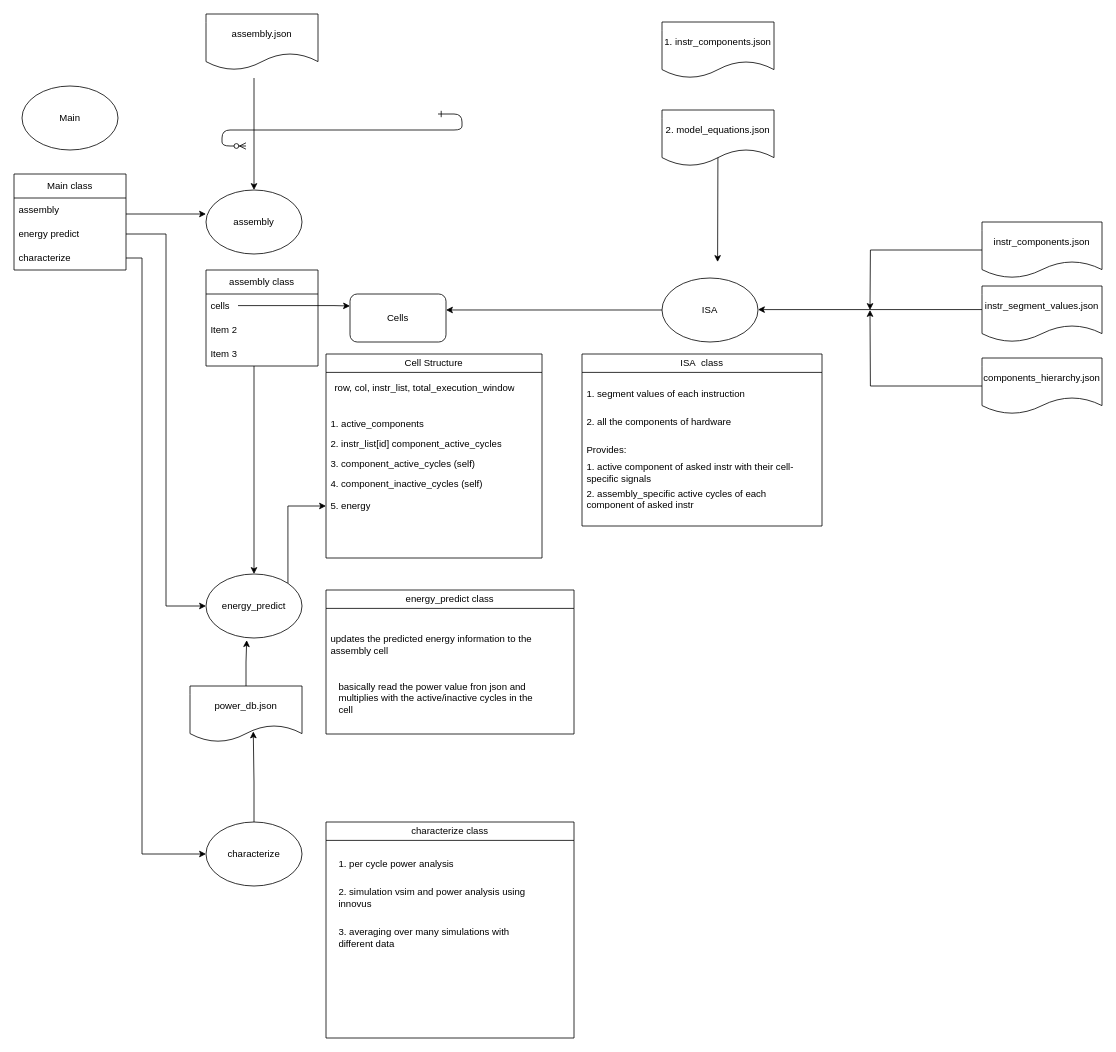
Above: Untitled Diagram.drawio in ritikaratnu111/characterization_code (draw.io), before the change. Source tidied: cells renumbered, new cells numbered last; positions are measured from the earlier drawing's top-left corner, leaving out a move shared by most shapes. Both pictures are drawn from the tidied source at 80%, with x=0, y=0 at pixel (14, 14).
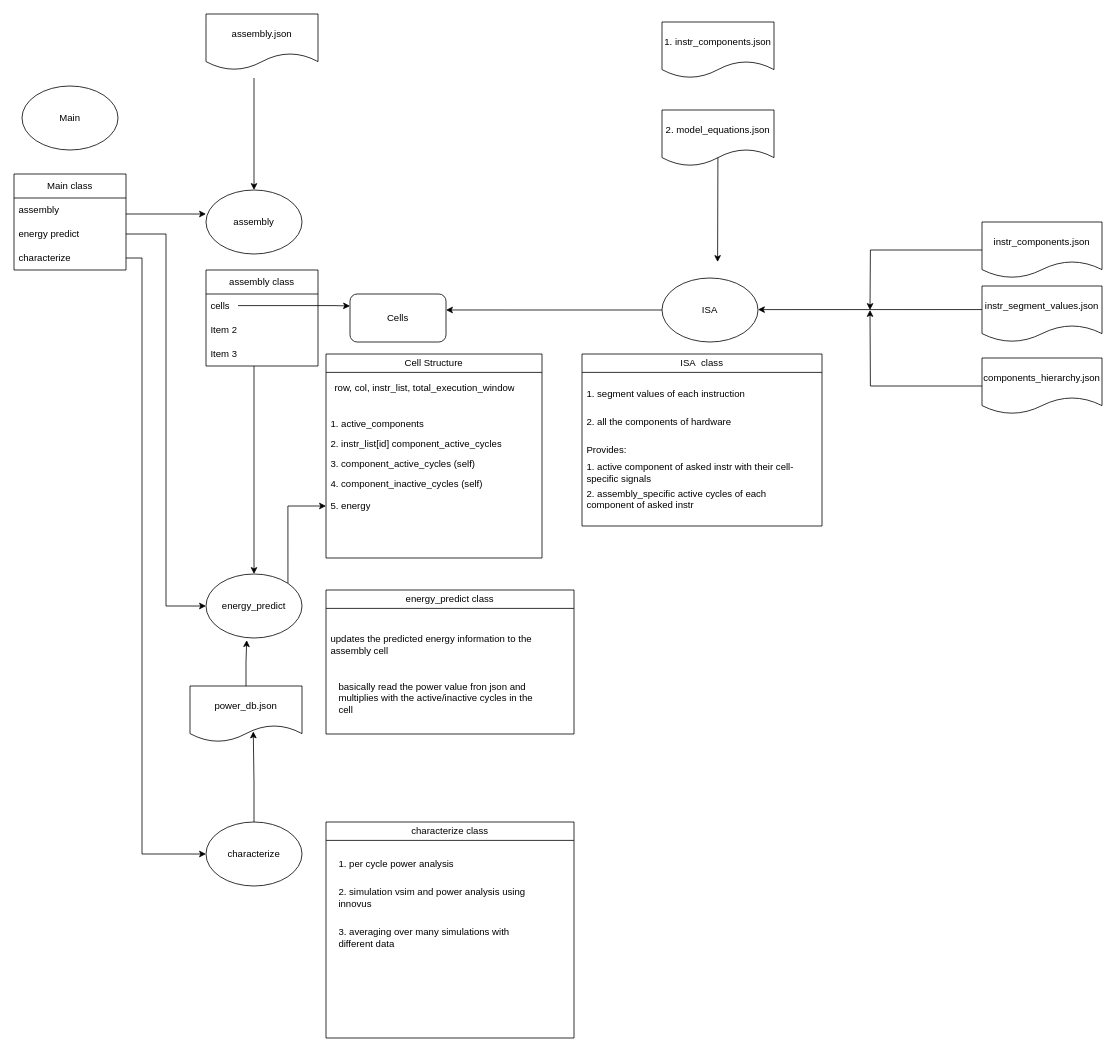
The same page after the edit.

Diff of the diagram source:
```diff
@@
-    <mxCell id="2" style="edgeStyle=entityRelationEdgeStyle;endArrow=ERzeroToMany;startArrow=ERone;endFill=1;startFill=0;" parent="1" edge="1">
-      <mxGeometry relative="1" as="geometry">
-        <mxPoint x="530" y="125" as="sourcePoint" />
-        <mxPoint x="290" y="165" as="targetPoint" />
-      </mxGeometry>
-    </mxCell>
```
